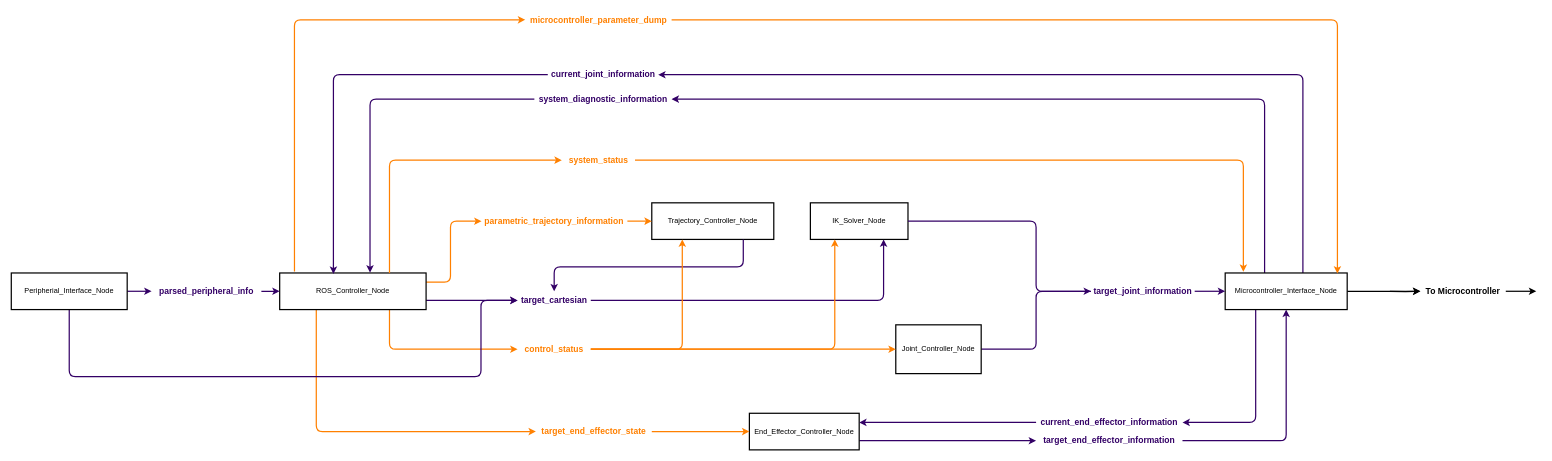
This is project_documents/model_ROS_diagram.drawio from darudecookie/V2-Robot-Arm, a draw.io file, before an edit. Source tidied: cells renumbered, new cells numbered last; positions are measured from the earlier drawing's top-left corner, leaving out a move shared by most shapes. Both pictures are drawn from the tidied source at 61%, with x=0, y=0 at pixel (11, 10).
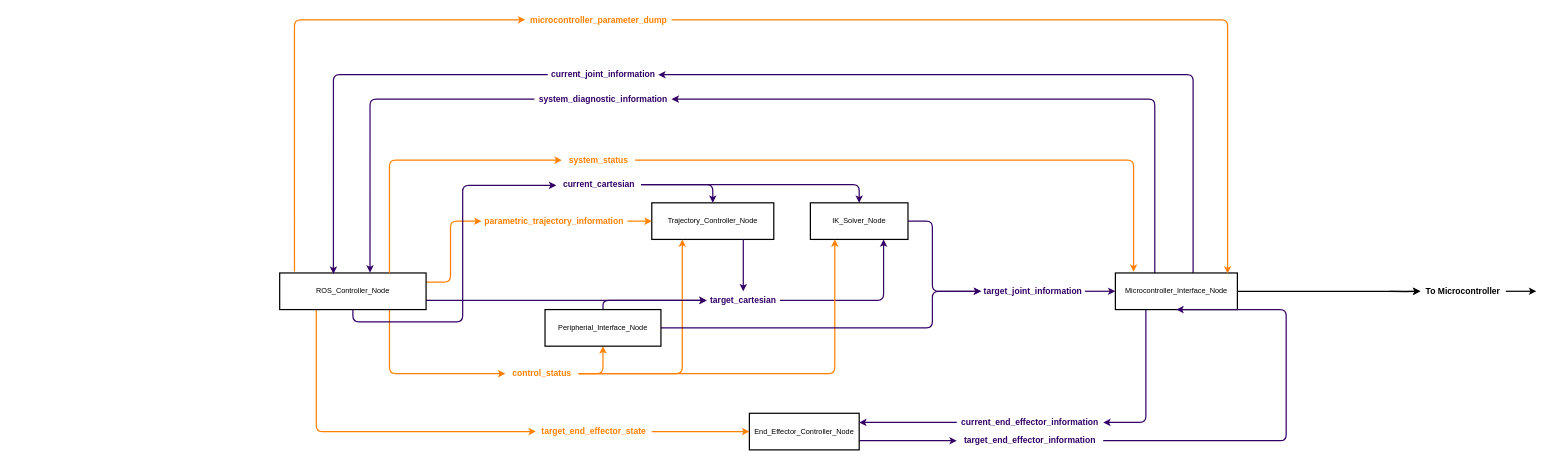
After the change.

Unchanged cells that the change refers to:
```xml
<mxCell id="13" value="ROS_Controller_Node" style="rounded=0;whiteSpace=wrap;html=1;strokeWidth=2;" parent="1" vertex="1">
  <mxGeometry x="440" y="430" width="240" height="60" as="geometry" />
</mxCell>
<mxCell id="25" value="IK_Solver_Node" style="rounded=0;whiteSpace=wrap;html=1;strokeWidth=2;" parent="1" vertex="1">
  <mxGeometry x="1310" y="315" width="160" height="60" as="geometry" />
</mxCell>
<mxCell id="26" value="Trajectory_Controller_Node" style="rounded=0;whiteSpace=wrap;html=1;strokeWidth=2;" parent="1" vertex="1">
  <mxGeometry x="1050" y="315" width="200" height="60" as="geometry" />
</mxCell>
```

What changed in the source:
```diff
@@
     <mxCell id="7" value="Microcontroller_Interface_Node" style="rounded=0;whiteSpace=wrap;html=1;strokeWidth=2;" parent="1" vertex="1">
-      <mxGeometry x="1990" y="430" width="200" height="60" as="geometry" />
+      <mxGeometry x="1810" y="430" width="200" height="60" as="geometry" />
     </mxCell>
@@
-    <mxCell id="19" style="edgeStyle=orthogonalEdgeStyle;rounded=0;jettySize=auto;html=1;exitX=1;exitY=0.5;exitDx=0;exitDy=0;entryX=0;entryY=0.5;entryDx=0;entryDy=0;strokeWidth=2;strokeColor=#330066;" parent="1" edge="1" source="21" target="44">
-      <mxGeometry relative="1" as="geometry" />
-    </mxCell>
-    <mxCell id="20" style="edgeStyle=orthogonalEdgeStyle;rounded=1;jettySize=auto;html=1;exitX=0.5;exitY=1;exitDx=0;exitDy=0;entryX=0;entryY=0.5;entryDx=0;entryDy=0;strokeColor=#330066;strokeWidth=2;align=center;verticalAlign=middle;fontFamily=Helvetica;fontSize=11;fontColor=default;labelBackgroundColor=default;endArrow=classic;curved=0;" parent="1" edge="1" source="21" target="35">
-      <mxGeometry relative="1" as="geometry">
-        <Array as="points">
-          <mxPoint x="95" y="600" />
-          <mxPoint x="770" y="600" />
-          <mxPoint x="770" y="475" />
-        </Array>
-      </mxGeometry>
-    </mxCell>
-    <mxCell id="21" value="Peripherial_Interface_Node" style="rounded=0;whiteSpace=wrap;html=1;strokeWidth=2;" parent="1" vertex="1">
-      <mxGeometry y="430" width="190" height="60" as="geometry" />
-    </mxCell>
-    <mxCell id="22" style="edgeStyle=orthogonalEdgeStyle;rounded=1;jettySize=auto;html=1;exitX=1;exitY=0.5;exitDx=0;exitDy=0;entryX=0;entryY=0.5;entryDx=0;entryDy=0;curved=0;strokeWidth=2;endArrow=none;endFill=0;strokeColor=#330066;" parent="1" edge="1" source="23" target="29">
-      <mxGeometry relative="1" as="geometry">
-        <Array as="points">
-          <mxPoint x="1680" y="555" />
-          <mxPoint x="1680" y="460" />
-        </Array>
-      </mxGeometry>
-    </mxCell>
-    <mxCell id="23" value="Joint_Controller_Node" style="rounded=0;whiteSpace=wrap;html=1;strokeWidth=2;" parent="1" vertex="1">
-      <mxGeometry x="1450" y="515" width="140" height="80" as="geometry" />
-    </mxCell>
@@
     <mxCell id="28" style="edgeStyle=orthogonalEdgeStyle;rounded=1;jettySize=auto;html=1;exitX=1;exitY=0.5;exitDx=0;exitDy=0;entryX=0;entryY=0.5;entryDx=0;entryDy=0;strokeWidth=2;jumpStyle=line;curved=0;strokeColor=#330066;" parent="1" edge="1" source="25" target="29">
       <mxGeometry relative="1" as="geometry">
         <Array as="points">
-          <mxPoint x="1680" y="345" />
-          <mxPoint x="1680" y="460" />
+          <mxPoint x="1510" y="345" />
+          <mxPoint x="1510" y="460" />
         </Array>
       </mxGeometry>
     </mxCell>
     <mxCell id="29" value="&lt;font color=&quot;#330066&quot; style=&quot;font-size: 14px;&quot;&gt;&lt;b style=&quot;&quot;&gt;target_joint_information&lt;/b&gt;&lt;/font&gt;" style="text;html=1;align=center;verticalAlign=middle;whiteSpace=wrap;rounded=0;strokeWidth=2;" parent="1" vertex="1">
-      <mxGeometry x="1770" y="445" width="170" height="30" as="geometry" />
+      <mxGeometry x="1590" y="445" width="170" height="30" as="geometry" />
     </mxCell>
     <mxCell id="30" value="&lt;font color=&quot;#330066&quot;&gt;&lt;span style=&quot;font-size: 14px;&quot;&gt;&lt;b&gt;target_end_effector_information&lt;/b&gt;&lt;/span&gt;&lt;/font&gt;" style="text;html=1;align=center;verticalAlign=middle;whiteSpace=wrap;rounded=0;strokeWidth=2;" parent="1" vertex="1">
-      <mxGeometry x="1680" y="690" width="240" height="30" as="geometry" />
+      <mxGeometry x="1550" y="690" width="240" height="30" as="geometry" />
     </mxCell>
@@
     <mxCell id="32" value="&lt;span style=&quot;font-size: 14px;&quot;&gt;&lt;b style=&quot;&quot;&gt;&lt;font color=&quot;#330066&quot;&gt;current_end_effector_information&lt;/font&gt;&lt;/b&gt;&lt;/span&gt;" style="text;html=1;align=center;verticalAlign=middle;whiteSpace=wrap;rounded=0;strokeWidth=2;" parent="1" vertex="1">
-      <mxGeometry x="1680" y="660" width="240" height="30" as="geometry" />
+      <mxGeometry x="1550" y="660" width="240" height="30" as="geometry" />
     </mxCell>
@@
     <mxCell id="35" value="&lt;span style=&quot;font-size: 14px;&quot;&gt;&lt;b style=&quot;&quot;&gt;&lt;font color=&quot;#330066&quot;&gt;target_cartesian&lt;/font&gt;&lt;/b&gt;&lt;/span&gt;" style="text;html=1;align=center;verticalAlign=middle;whiteSpace=wrap;rounded=0;strokeWidth=2;" parent="1" vertex="1">
-      <mxGeometry x="830" y="460" width="120" height="30" as="geometry" />
+      <mxGeometry x="1140" y="460" width="120" height="30" as="geometry" />
     </mxCell>
@@
-    <mxCell id="38" style="edgeStyle=orthogonalEdgeStyle;rounded=1;jettySize=auto;html=1;exitX=0.75;exitY=1;exitDx=0;exitDy=0;strokeWidth=2;curved=0;startArrow=none;startFill=0;endArrow=classic;endFill=1;entryX=0.5;entryY=0;entryDx=0;entryDy=0;strokeColor=#330066;" parent="1" edge="1" source="26" target="35">
+    <mxCell id="38" style="edgeStyle=orthogonalEdgeStyle;rounded=1;jettySize=auto;html=1;exitX=0.75;exitY=1;exitDx=0;exitDy=0;strokeWidth=2;curved=0;startArrow=none;startFill=0;endArrow=classic;endFill=1;strokeColor=#330066;entryX=0.5;entryY=0;entryDx=0;entryDy=0;" parent="1" edge="1" source="26" target="35">
       <mxGeometry relative="1" as="geometry">
         <Array as="points">
-          <mxPoint x="1200" y="420" />
-          <mxPoint x="890" y="420" />
+          <mxPoint x="1200" y="460" />
         </Array>
       </mxGeometry>
     </mxCell>
@@
-    <mxCell id="43" style="edgeStyle=orthogonalEdgeStyle;rounded=0;jettySize=auto;html=1;exitX=1;exitY=0.5;exitDx=0;exitDy=0;strokeWidth=2;strokeColor=#330066;" parent="1" edge="1" source="44" target="13">
-      <mxGeometry relative="1" as="geometry" />
-    </mxCell>
-    <mxCell id="44" value="&lt;font color=&quot;#330066&quot;&gt;&lt;span style=&quot;font-size: 14px;&quot;&gt;&lt;b&gt;parsed_peripheral_info&lt;/b&gt;&lt;/span&gt;&lt;/font&gt;" style="text;html=1;align=center;verticalAlign=middle;whiteSpace=wrap;rounded=0;strokeWidth=2;" parent="1" vertex="1">
-      <mxGeometry x="230" y="445" width="180" height="30" as="geometry" />
-    </mxCell>
@@
-    <mxCell id="49" style="edgeStyle=orthogonalEdgeStyle;rounded=1;jettySize=auto;html=1;exitX=1;exitY=0.5;exitDx=0;exitDy=0;entryX=0.25;entryY=1;entryDx=0;entryDy=0;strokeColor=#FF8000;strokeWidth=2;align=center;verticalAlign=middle;fontFamily=Helvetica;fontSize=11;fontColor=default;labelBackgroundColor=default;endArrow=classic;curved=0;" parent="1" edge="1" source="51" target="25">
+    <mxCell id="49" style="edgeStyle=orthogonalEdgeStyle;rounded=1;jettySize=auto;html=1;exitX=1;exitY=0.5;exitDx=0;exitDy=0;entryX=0.25;entryY=1;entryDx=0;entryDy=0;strokeColor=#FF8000;strokeWidth=2;align=center;verticalAlign=middle;fontFamily=Helvetica;fontSize=11;fontColor=default;labelBackgroundColor=default;endArrow=classic;curved=0;jumpStyle=none;" parent="1" edge="1" source="51" target="25">
       <mxGeometry relative="1" as="geometry" />
     </mxCell>
-    <mxCell id="50" style="edgeStyle=orthogonalEdgeStyle;rounded=1;jettySize=auto;html=1;exitX=1;exitY=0.5;exitDx=0;exitDy=0;entryX=0;entryY=0.5;entryDx=0;entryDy=0;strokeColor=#FF8000;strokeWidth=2;align=center;verticalAlign=middle;fontFamily=Helvetica;fontSize=11;fontColor=default;labelBackgroundColor=default;endArrow=classic;curved=0;" parent="1" edge="1" source="51" target="23">
-      <mxGeometry relative="1" as="geometry" />
-    </mxCell>
+    <mxCell id="54" style="edgeStyle=orthogonalEdgeStyle;curved=0;rounded=1;jettySize=auto;html=1;exitX=1;exitY=0.5;exitDx=0;exitDy=0;entryX=0.5;entryY=1;entryDx=0;entryDy=0;strokeColor=#FF8000;strokeWidth=2;align=center;verticalAlign=middle;fontFamily=Helvetica;fontSize=11;fontColor=default;labelBackgroundColor=default;endArrow=classic;" parent="1" edge="1" source="51" target="21">
+      <mxGeometry relative="1" as="geometry" />
+    </mxCell>
     <mxCell id="51" value="&lt;p style=&quot;line-height: 120%;&quot;&gt;&lt;span style=&quot;font-size: 14px;&quot;&gt;&lt;b style=&quot;&quot;&gt;&lt;font color=&quot;#ff8000&quot;&gt;control_status&lt;/font&gt;&lt;/b&gt;&lt;/span&gt;&lt;/p&gt;" style="text;html=1;align=center;verticalAlign=middle;whiteSpace=wrap;rounded=0;strokeWidth=2;" parent="1" vertex="1">
-      <mxGeometry x="830" y="540" width="120" height="30" as="geometry" />
+      <mxGeometry x="810" y="580" width="120" height="30" as="geometry" />
     </mxCell>
@@
+    <mxCell id="55" style="edgeStyle=orthogonalEdgeStyle;curved=0;rounded=1;jettySize=auto;html=1;entryX=0.5;entryY=0;entryDx=0;entryDy=0;strokeColor=#330066;strokeWidth=2;align=center;verticalAlign=middle;fontFamily=Helvetica;fontSize=11;fontColor=default;labelBackgroundColor=default;endArrow=classic;" parent="1" edge="1" source="57" target="26">
+      <mxGeometry relative="1" as="geometry" />
+    </mxCell>
+    <mxCell id="56" style="edgeStyle=orthogonalEdgeStyle;curved=0;rounded=1;jettySize=auto;html=1;entryX=0.5;entryY=0;entryDx=0;entryDy=0;strokeColor=#330066;strokeWidth=2;align=center;verticalAlign=middle;fontFamily=Helvetica;fontSize=11;fontColor=default;labelBackgroundColor=default;endArrow=classic;" parent="1" edge="1" source="57" target="25">
+      <mxGeometry relative="1" as="geometry" />
+    </mxCell>
+    <mxCell id="57" value="&lt;font style=&quot;font-size: 14px;&quot; color=&quot;#330066&quot;&gt;&lt;b&gt;current_cartesian&lt;/b&gt;&lt;/font&gt;" style="text;html=1;align=center;verticalAlign=middle;points=[];strokeColor=none;fillColor=none;fontFamily=Helvetica;fontSize=11;fontColor=default;labelBackgroundColor=default;" parent="1" vertex="1">
+      <mxGeometry x="892.5" y="270" width="140" height="30" as="geometry" />
+    </mxCell>
+    <mxCell id="58" style="edgeStyle=orthogonalEdgeStyle;curved=0;rounded=1;jettySize=auto;html=1;exitX=0.5;exitY=1;exitDx=0;exitDy=0;entryX=0.006;entryY=0.544;entryDx=0;entryDy=0;entryPerimeter=0;strokeColor=#330066;strokeWidth=2;align=center;verticalAlign=middle;fontFamily=Helvetica;fontSize=11;fontColor=default;labelBackgroundColor=default;endArrow=classic;" parent="1" edge="1" source="13" target="57">
+      <mxGeometry relative="1" as="geometry">
+        <Array as="points">
+          <mxPoint x="560" y="510" />
+          <mxPoint x="740" y="510" />
+          <mxPoint x="740" y="286" />
+        </Array>
+      </mxGeometry>
+    </mxCell>
+    <mxCell id="20" style="edgeStyle=orthogonalEdgeStyle;curved=0;rounded=1;jettySize=auto;html=1;exitX=0.5;exitY=0;exitDx=0;exitDy=0;entryX=0;entryY=0.5;entryDx=0;entryDy=0;strokeColor=#330066;strokeWidth=2;align=center;verticalAlign=middle;fontFamily=Helvetica;fontSize=11;fontColor=default;labelBackgroundColor=default;endArrow=classic;" parent="1" edge="1" source="21" target="35">
+      <mxGeometry relative="1" as="geometry">
+        <Array as="points">
+          <mxPoint x="970" y="475" />
+        </Array>
+      </mxGeometry>
+    </mxCell>
+    <mxCell id="59" style="edgeStyle=orthogonalEdgeStyle;curved=0;rounded=1;jettySize=auto;html=1;exitX=1;exitY=0.5;exitDx=0;exitDy=0;entryX=0;entryY=0.5;entryDx=0;entryDy=0;strokeColor=#330066;strokeWidth=2;align=center;verticalAlign=middle;fontFamily=Helvetica;fontSize=11;fontColor=default;labelBackgroundColor=default;endArrow=classic;" parent="1" edge="1" source="21" target="29">
+      <mxGeometry relative="1" as="geometry">
+        <Array as="points">
+          <mxPoint x="1510" y="520" />
+          <mxPoint x="1510" y="460" />
+        </Array>
+      </mxGeometry>
+    </mxCell>
+    <mxCell id="21" value="Peripherial_Interface_Node" style="rounded=0;whiteSpace=wrap;html=1;strokeWidth=2;" parent="1" vertex="1">
+      <mxGeometry x="875" y="490" width="190" height="60" as="geometry" />
+    </mxCell>
```
